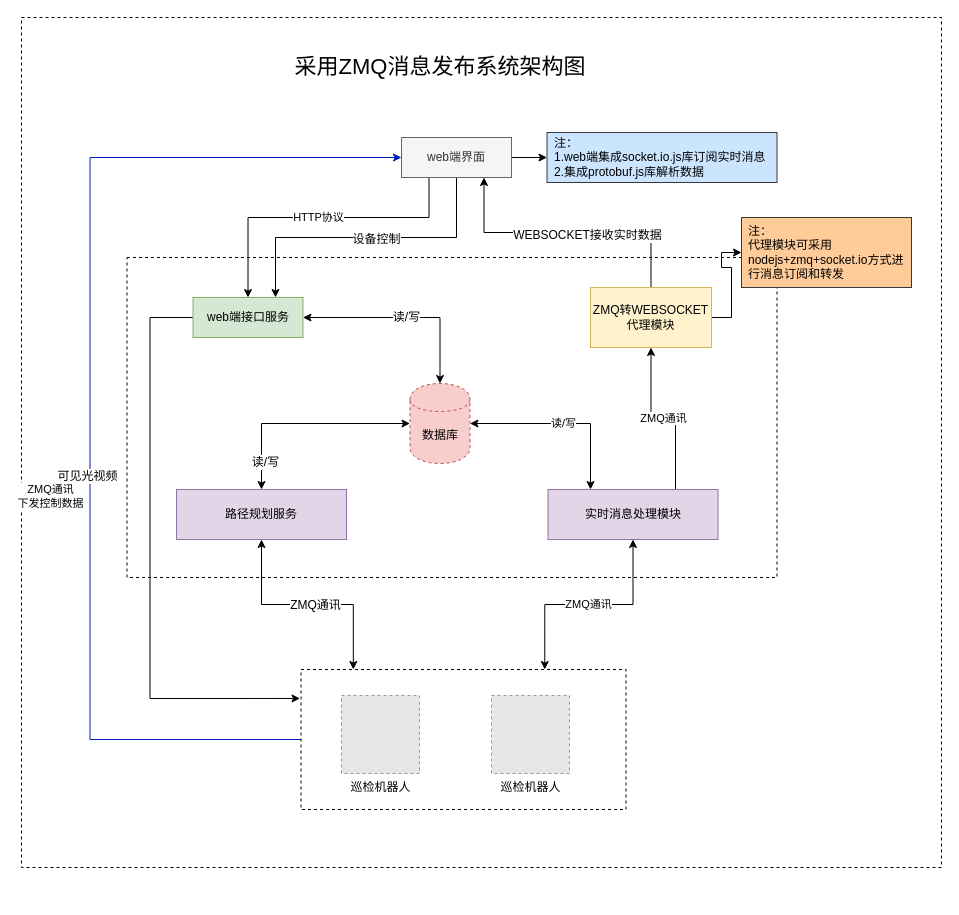
The draw.io diagram Untitled Diagram.drawio in wangyufei0807/draw, before the edit. Source tidied: cells renumbered, new cells numbered last; positions are measured from the earlier drawing's top-left corner, leaving out a move shared by most shapes. Both pictures are drawn from the tidied source at 100%, with x=0, y=0 at pixel (21, 17). Pictures stored in the file or linked from it are replaced by grey dashed boxes.
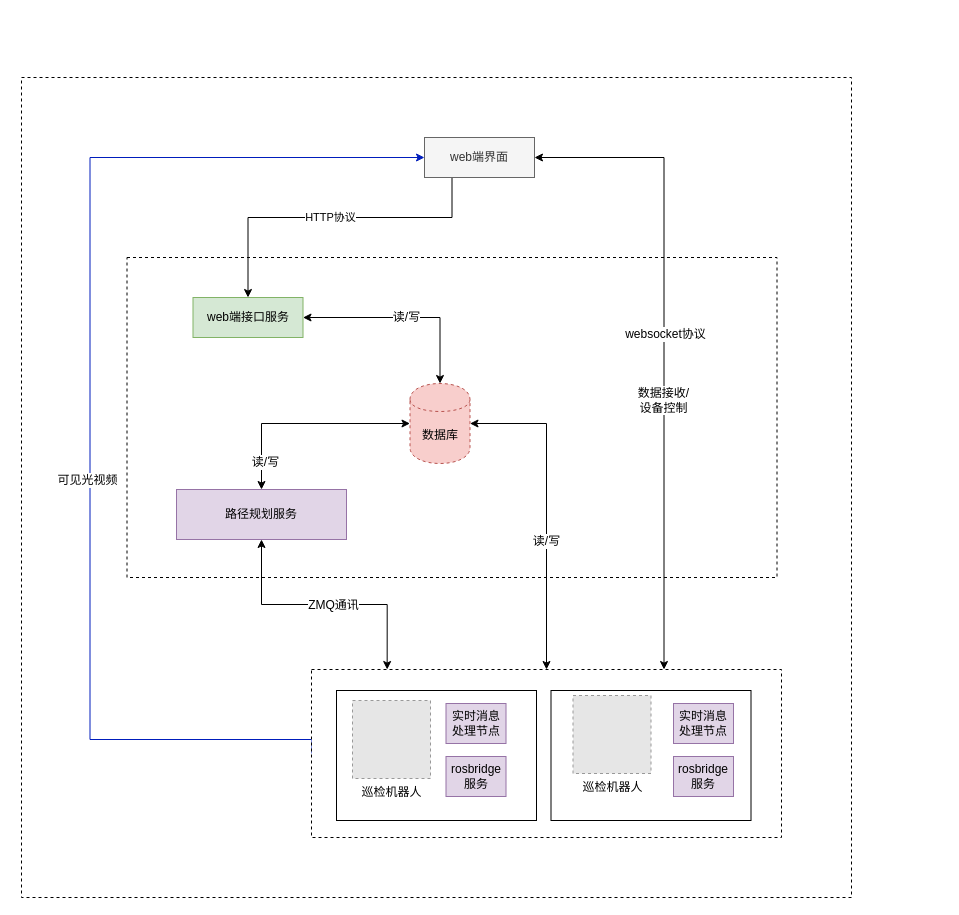
The same diagram, later.

The change refers to these unchanged cells:
```xml
<mxCell id="7" value="web端接口服务" style="whiteSpace=wrap;html=1;fillColor=#d5e8d4;strokeColor=#82b366;" parent="1" vertex="1">
  <mxGeometry x="171.5" y="280" width="110" height="40" as="geometry" />
</mxCell>
<mxCell id="22" value="数据库" style="shape=cylinder;whiteSpace=wrap;html=1;boundedLbl=1;backgroundOutline=1;dashed=1;fillColor=#f8cecc;strokeColor=#b85450;" parent="1" vertex="1">
  <mxGeometry x="388.5" y="366" width="60" height="80" as="geometry" />
</mxCell>
```

What changed in the source:
```diff
@@
     <mxCell id="2" style="rounded=0;whiteSpace=wrap;html=1;dashed=1;" parent="1" vertex="1">
-      <mxGeometry width="920" height="850" as="geometry" />
+      <mxGeometry y="60" width="830" height="820" as="geometry" />
     </mxCell>
@@
-    <mxCell id="6" value="ZMQ通讯&lt;br&gt;下发控制数据" style="edgeStyle=orthogonalEdgeStyle;rounded=0;jettySize=auto;html=1;exitX=-0.003;exitY=0.207;exitDx=0;exitDy=0;startArrow=classic;startFill=1;endArrow=none;endFill=0;entryX=0;entryY=0.5;entryDx=0;entryDy=0;exitPerimeter=0;" parent="1" edge="1" source="21" target="7">
-      <mxGeometry x="-0.48" y="-101" relative="1" as="geometry">
-        <Array as="points">
-          <mxPoint x="128.5" y="681" />
-          <mxPoint x="128.5" y="300" />
-        </Array>
-        <mxPoint x="-101" y="-101" as="offset" />
-      </mxGeometry>
-    </mxCell>
@@
-    <mxCell id="8" value="ZMQ通讯" style="edgeStyle=orthogonalEdgeStyle;rounded=0;jettySize=auto;html=1;exitX=0.5;exitY=1;exitDx=0;exitDy=0;entryX=0.75;entryY=0;entryDx=0;entryDy=0;startArrow=classic;startFill=1;endArrow=none;endFill=0;" parent="1" edge="1" source="12" target="24">
-      <mxGeometry relative="1" as="geometry" />
-    </mxCell>
-    <mxCell id="9" style="edgeStyle=orthogonalEdgeStyle;rounded=0;jettySize=auto;html=1;exitX=0.5;exitY=0;exitDx=0;exitDy=0;entryX=0.75;entryY=1;entryDx=0;entryDy=0;startArrow=none;startFill=0;endArrow=classic;endFill=1;" parent="1" edge="1" source="12" target="29">
-      <mxGeometry relative="1" as="geometry" />
-    </mxCell>
-    <mxCell id="10" value="WEBSOCKET接收实时数据" style="text;html=1;align=center;verticalAlign=middle;labelBackgroundColor=#ffffff;" parent="9" vertex="1">
-      <mxGeometry x="-0.14" y="2" relative="1" as="geometry" />
-    </mxCell>
-    <mxCell id="11" style="edgeStyle=orthogonalEdgeStyle;rounded=0;jettySize=auto;html=1;exitX=1;exitY=0.5;exitDx=0;exitDy=0;" parent="1" edge="1" source="12" target="34">
-      <mxGeometry relative="1" as="geometry" />
-    </mxCell>
-    <mxCell id="12" value="ZMQ转WEBSOCKET代理模块" style="whiteSpace=wrap;html=1;fillColor=#fff2cc;strokeColor=#d6b656;align=center;" parent="1" vertex="1">
-      <mxGeometry x="569" y="270" width="121" height="60" as="geometry" />
-    </mxCell>
@@
-    <mxCell id="18" value="ZMQ通讯" style="edgeStyle=orthogonalEdgeStyle;rounded=0;jettySize=auto;html=1;exitX=0.75;exitY=0;exitDx=0;exitDy=0;startArrow=classic;startFill=1;" parent="1" edge="1" source="21" target="24">
-      <mxGeometry relative="1" as="geometry" />
-    </mxCell>
@@
     <mxCell id="21" style="rounded=0;whiteSpace=wrap;html=1;dashed=1;" parent="1" vertex="1">
-      <mxGeometry x="279.5" y="652" width="325" height="140" as="geometry" />
+      <mxGeometry x="290" y="652" width="470" height="168" as="geometry" />
     </mxCell>
+    <mxCell id="35" style="edgeStyle=orthogonalEdgeStyle;rounded=0;jettySize=auto;html=1;exitX=1;exitY=0.5;exitDx=0;exitDy=0;startArrow=classic;startFill=1;" parent="1" edge="1" source="22" target="21">
+      <mxGeometry relative="1" as="geometry" />
+    </mxCell>
+    <mxCell id="23" value="读/写" style="text;html=1;align=center;verticalAlign=middle;labelBackgroundColor=#ffffff;" parent="35" vertex="1">
+      <mxGeometry x="0.2" y="-1" relative="1" as="geometry" />
+    </mxCell>
@@
-    <mxCell id="23" value="读/写" style="edgeStyle=orthogonalEdgeStyle;rounded=0;jettySize=auto;html=1;exitX=0.25;exitY=0;exitDx=0;exitDy=0;entryX=1;entryY=0.5;entryDx=0;entryDy=0;startArrow=classic;startFill=1;" parent="1" edge="1" source="24" target="22">
-      <mxGeometry relative="1" as="geometry" />
-    </mxCell>
+    <mxCell id="25" value="HTTP协议" style="edgeStyle=orthogonalEdgeStyle;rounded=0;jettySize=auto;html=1;exitX=0.25;exitY=1;exitDx=0;exitDy=0;entryX=0.5;entryY=0;entryDx=0;entryDy=0;startArrow=none;startFill=0;endArrow=classic;endFill=1;" parent="1" edge="1" source="29" target="7">
+      <mxGeometry relative="1" as="geometry">
+        <Array as="points">
+          <mxPoint x="431" y="200" />
+          <mxPoint x="227" y="200" />
+        </Array>
+      </mxGeometry>
+    </mxCell>
+    <mxCell id="36" style="edgeStyle=orthogonalEdgeStyle;rounded=0;jettySize=auto;html=1;exitX=1;exitY=0.5;exitDx=0;exitDy=0;entryX=0.75;entryY=0;entryDx=0;entryDy=0;startArrow=classic;startFill=1;" parent="1" edge="1" source="29" target="21">
+      <mxGeometry relative="1" as="geometry" />
+    </mxCell>
+    <mxCell id="37" value="数据接收/&lt;br&gt;设备控制" style="text;html=1;align=center;verticalAlign=middle;labelBackgroundColor=#ffffff;" parent="36" vertex="1">
+      <mxGeometry x="0.16" y="-1" relative="1" as="geometry" />
+    </mxCell>
+    <mxCell id="29" value="web端界面" style="whiteSpace=wrap;html=1;fillColor=#f5f5f5;strokeColor=#666666;fontColor=#333333;" parent="1" vertex="1">
+      <mxGeometry x="403" y="120" width="110" height="40" as="geometry" />
+    </mxCell>
+    <mxCell id="38" style="rounded=0;whiteSpace=wrap;html=1;" parent="1" vertex="1">
+      <mxGeometry x="315" y="673" width="200" height="130" as="geometry" />
+    </mxCell>
+    <mxCell id="31" value="巡检机器人" style="fillColor=#E6E6E6;strokeColor=#999999;dashed=1;html=1;verticalAlign=top;verticalLabelPosition=bottom;labelBackgroundColor=#ffffff;" parent="1" vertex="1">
+      <mxGeometry x="331" y="683" width="78" height="78" as="geometry" />
+    </mxCell>
+    <mxCell id="39" value="实时消息处理节点" style="whiteSpace=wrap;html=1;fillColor=#e1d5e7;strokeColor=#9673a6;" parent="1" vertex="1">
+      <mxGeometry x="424.5" y="686" width="60" height="40" as="geometry" />
+    </mxCell>
+    <mxCell id="40" value="rosbridge&lt;br&gt;服务" style="whiteSpace=wrap;html=1;fillColor=#e1d5e7;strokeColor=#9673a6;" parent="1" vertex="1">
+      <mxGeometry x="424.5" y="739" width="60" height="40" as="geometry" />
+    </mxCell>
+    <mxCell id="41" style="rounded=0;whiteSpace=wrap;html=1;" parent="1" vertex="1">
+      <mxGeometry x="529.5" y="673" width="200" height="130" as="geometry" />
+    </mxCell>
-    <mxCell id="24" value="实时消息处理模块" style="whiteSpace=wrap;html=1;fillColor=#e1d5e7;strokeColor=#9673a6;" parent="1" vertex="1">
-      <mxGeometry x="526.5" y="472" width="170" height="50" as="geometry" />
+    <mxCell id="24" value="实时消息处理节点" style="whiteSpace=wrap;html=1;fillColor=#e1d5e7;strokeColor=#9673a6;" parent="1" vertex="1">
+      <mxGeometry x="652" y="686" width="60" height="40" as="geometry" />
     </mxCell>
-    <mxCell id="25" value="HTTP协议" style="edgeStyle=orthogonalEdgeStyle;rounded=0;jettySize=auto;html=1;exitX=0.25;exitY=1;exitDx=0;exitDy=0;entryX=0.5;entryY=0;entryDx=0;entryDy=0;startArrow=none;startFill=0;endArrow=classic;endFill=1;" parent="1" edge="1" source="29" target="7">
-      <mxGeometry relative="1" as="geometry">
-        <Array as="points">
-          <mxPoint x="407.5" y="200" />
-          <mxPoint x="226.5" y="200" />
-        </Array>
-      </mxGeometry>
-    </mxCell>
-    <mxCell id="26" style="edgeStyle=orthogonalEdgeStyle;rounded=0;jettySize=auto;html=1;exitX=0.5;exitY=1;exitDx=0;exitDy=0;entryX=0.75;entryY=0;entryDx=0;entryDy=0;startArrow=none;startFill=0;endArrow=classic;endFill=1;" parent="1" edge="1" source="29" target="7">
-      <mxGeometry relative="1" as="geometry" />
-    </mxCell>
-    <mxCell id="27" value="设备控制" style="text;html=1;align=center;verticalAlign=middle;labelBackgroundColor=#ffffff;" parent="26" vertex="1">
-      <mxGeometry x="-0.06" y="1" relative="1" as="geometry" />
-    </mxCell>
-    <mxCell id="28" style="edgeStyle=orthogonalEdgeStyle;rounded=0;jettySize=auto;html=1;exitX=1;exitY=0.5;exitDx=0;exitDy=0;" parent="1" edge="1" source="29" target="33">
-      <mxGeometry relative="1" as="geometry" />
-    </mxCell>
-    <mxCell id="29" value="web端界面" style="whiteSpace=wrap;html=1;fillColor=#f5f5f5;strokeColor=#666666;fontColor=#333333;" parent="1" vertex="1">
-      <mxGeometry x="380" y="120" width="110" height="40" as="geometry" />
-    </mxCell>
-    <mxCell id="30" value="采用ZMQ消息发布系统架构图" style="text;html=1;strokeColor=none;fillColor=none;align=center;verticalAlign=middle;whiteSpace=wrap;rounded=0;dashed=1;fontSize=22;" parent="1" vertex="1">
-      <mxGeometry x="246.5" y="40" width="344" height="20" as="geometry" />
-    </mxCell>
-    <mxCell id="31" value="巡检机器人" style="fillColor=#E6E6E6;strokeColor=#999999;dashed=1;html=1;verticalAlign=top;verticalLabelPosition=bottom;labelBackgroundColor=#ffffff;" parent="1" vertex="1">
-      <mxGeometry x="320" y="678" width="78" height="78" as="geometry" />
-    </mxCell>
     <mxCell id="32" value="巡检机器人" style="fillColor=#E6E6E6;strokeColor=#999999;dashed=1;html=1;verticalAlign=top;verticalLabelPosition=bottom;labelBackgroundColor=#ffffff;" parent="1" vertex="1">
-      <mxGeometry x="470" y="678" width="78" height="78" as="geometry" />
+      <mxGeometry x="551.5" y="678" width="78" height="78" as="geometry" />
     </mxCell>
-    <mxCell id="33" value="注：&lt;br&gt;1.web端集成socket.io.js库订阅实时消息&lt;br&gt;2.集成protobuf.js库解析数据" style="text;html=1;align=left;verticalAlign=middle;points=[];fillColor=#cce5ff;strokeColor=#36393d;rounded=0;spacingLeft=5;spacingRight=5;" parent="1" vertex="1">
-      <mxGeometry x="525.5" y="115" width="230" height="50" as="geometry" />
-    </mxCell>
-    <mxCell id="34" value="注：&lt;br class=&quot;Apple-interchange-newline&quot;&gt;代理模块可采用nodejs+zmq+socket.io方式进行消息订阅和转发" style="text;html=1;strokeColor=#36393d;fillColor=#ffcc99;align=left;verticalAlign=middle;whiteSpace=wrap;rounded=0;spacingLeft=5;spacingRight=5;" parent="1" vertex="1">
-      <mxGeometry x="720" y="200" width="170" height="70" as="geometry" />
-    </mxCell>
+    <mxCell id="42" value="rosbridge&lt;br&gt;服务" style="whiteSpace=wrap;html=1;fillColor=#e1d5e7;strokeColor=#9673a6;" parent="1" vertex="1">
+      <mxGeometry x="652" y="739" width="60" height="40" as="geometry" />
+    </mxCell>
+    <mxCell id="43" value="websocket协议" style="text;html=1;align=center;verticalAlign=middle;labelBackgroundColor=#ffffff;" parent="1" vertex="1">
+      <mxGeometry x="652" y="380" as="geometry">
+        <mxPoint x="-9" y="-64" as="offset" />
+      </mxGeometry>
+    </mxCell>
```
